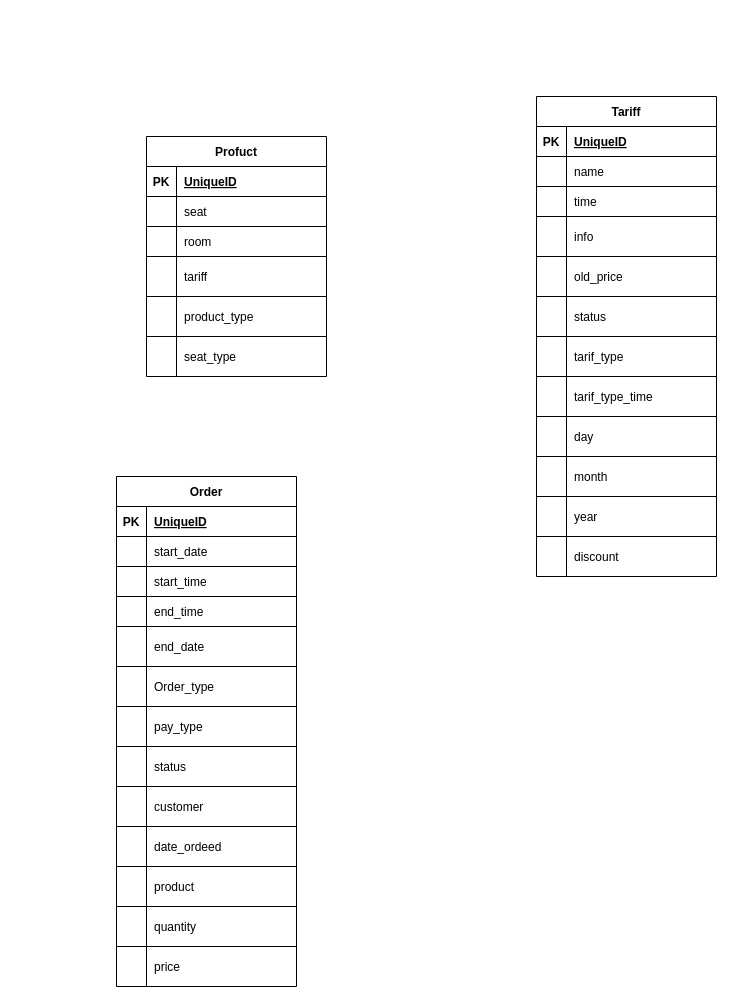
Above: page "Page-1" (1 of 2) of Untitled Diagram.drawio in Ramizddin/Games (draw.io), before the change. Source tidied: cells renumbered, new cells numbered last; positions are measured from the earlier drawing's top-left corner, leaving out a move shared by most shapes. Both pictures are drawn from the tidied source at 100%, with x=0, y=0 at pixel (116, 96).
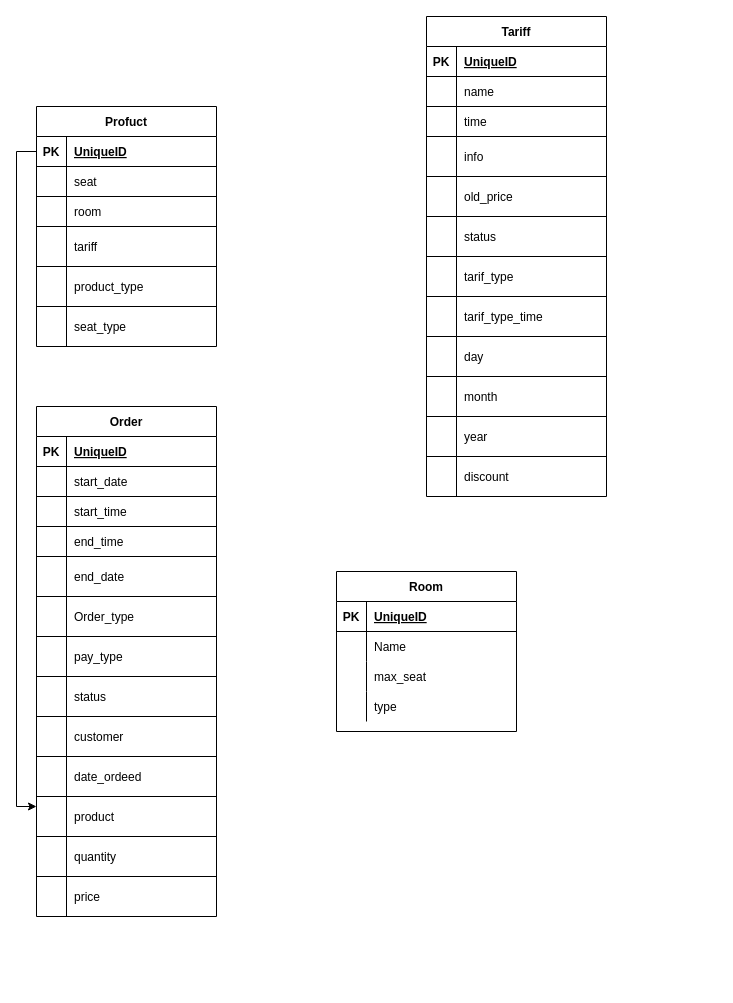
After the change.

The change refers to these unchanged cells:
```xml
<mxCell id="40" style="shape=partialRectangle;fillColor=none;top=0;left=0;bottom=1;right=0;points=[[0,0.5],[1,0.5]];portConstraint=eastwest;" parent="39" vertex="1">
  <mxGeometry y="30" width="180" height="30" as="geometry" />
</mxCell>
<mxCell id="89" style="shape=partialRectangle;fillColor=none;top=0;left=0;bottom=0;right=0;points=[[0,0.5],[1,0.5]];portConstraint=eastwest;" parent="58" vertex="1">
  <mxGeometry y="390" width="180" height="40" as="geometry" />
</mxCell>
```

Change to the diagram source:
```diff
@@
     <mxCell id="2" value="Tariff" style="shape=table;startSize=30;childLayout=tableLayout;rowLines=1;fontStyle=1;align=center;arcSize=15;swimlaneHead=1;resizeLastRow=1;" parent="1" vertex="1">
-      <mxGeometry x="420" width="180" height="480" as="geometry" />
+      <mxGeometry x="310" y="-80" width="180" height="480" as="geometry" />
     </mxCell>
@@
     <mxCell id="39" value="Profuct" style="shape=table;startSize=30;childLayout=tableLayout;rowLines=1;fontStyle=1;align=center;resizeLastRow=1;" parent="1" vertex="1">
-      <mxGeometry x="30" y="40" width="180" height="240" as="geometry" />
+      <mxGeometry x="-80" y="10" width="180" height="240" as="geometry" />
     </mxCell>
@@
     <mxCell id="58" value="Order" style="shape=table;startSize=30;childLayout=tableLayout;rowLines=1;fontStyle=1;align=center;resizeLastRow=1;" parent="1" vertex="1">
-      <mxGeometry y="380" width="180" height="510" as="geometry" />
+      <mxGeometry x="-80" y="310" width="180" height="510" as="geometry" />
     </mxCell>
@@
+    <mxCell id="98" value="Room" style="shape=table;startSize=30;childLayout=tableLayout;rowLines=0;fontStyle=1;align=center;" parent="1" vertex="1">
+      <mxGeometry x="220" y="475" width="180" height="160" as="geometry" />
+    </mxCell>
+    <mxCell id="99" style="shape=partialRectangle;fillColor=none;top=0;left=0;bottom=1;right=0;" parent="98" vertex="1">
+      <mxGeometry y="30" width="180" height="30" as="geometry" />
+    </mxCell>
+    <mxCell id="100" value="PK" style="shape=partialRectangle;fillColor=none;top=0;left=0;bottom=0;right=0;fontStyle=1;overflow=hidden;" parent="99" vertex="1">
+      <mxGeometry width="30" height="30" as="geometry" />
+    </mxCell>
+    <mxCell id="101" value="UniqueID" style="shape=partialRectangle;fillColor=none;top=0;left=0;bottom=0;right=0;align=left;spacingLeft=6;fontStyle=5;overflow=hidden;" parent="99" vertex="1">
+      <mxGeometry x="30" width="150" height="30" as="geometry" />
+    </mxCell>
+    <mxCell id="102" style="shape=partialRectangle;fillColor=none;top=0;left=0;bottom=0;right=0;" parent="98" vertex="1">
+      <mxGeometry y="60" width="180" height="30" as="geometry" />
+    </mxCell>
+    <mxCell id="103" style="shape=partialRectangle;fillColor=none;top=0;left=0;bottom=0;right=0;overflow=hidden;" parent="102" vertex="1">
+      <mxGeometry width="30" height="30" as="geometry" />
+    </mxCell>
+    <mxCell id="104" value="Name" style="shape=partialRectangle;fillColor=none;top=0;left=0;bottom=0;right=0;align=left;spacingLeft=6;overflow=hidden;" parent="102" vertex="1">
+      <mxGeometry x="30" width="150" height="30" as="geometry" />
+    </mxCell>
+    <mxCell id="105" style="shape=partialRectangle;fillColor=none;top=0;left=0;bottom=0;right=0;" parent="98" vertex="1">
+      <mxGeometry y="90" width="180" height="30" as="geometry" />
+    </mxCell>
+    <mxCell id="106" style="shape=partialRectangle;fillColor=none;top=0;left=0;bottom=0;right=0;overflow=hidden;" parent="105" vertex="1">
+      <mxGeometry width="30" height="30" as="geometry" />
+    </mxCell>
+    <mxCell id="107" value="max_seat" style="shape=partialRectangle;fillColor=none;top=0;left=0;bottom=0;right=0;align=left;spacingLeft=6;overflow=hidden;" parent="105" vertex="1">
+      <mxGeometry x="30" width="150" height="30" as="geometry" />
+    </mxCell>
+    <mxCell id="108" style="shape=partialRectangle;fillColor=none;top=0;left=0;bottom=0;right=0;" parent="98" vertex="1">
+      <mxGeometry y="120" width="180" height="30" as="geometry" />
+    </mxCell>
+    <mxCell id="109" style="shape=partialRectangle;fillColor=none;top=0;left=0;bottom=0;right=0;overflow=hidden;" parent="108" vertex="1">
+      <mxGeometry width="30" height="30" as="geometry" />
+    </mxCell>
+    <mxCell id="110" value="type" style="shape=partialRectangle;fillColor=none;top=0;left=0;bottom=0;right=0;align=left;spacingLeft=6;overflow=hidden;" parent="108" vertex="1">
+      <mxGeometry x="30" width="150" height="30" as="geometry" />
+    </mxCell>
+    <mxCell id="111" style="edgeStyle=orthogonalEdgeStyle;rounded=0;jettySize=auto;html=1;" parent="1" edge="1" source="40" target="89">
+      <mxGeometry relative="1" as="geometry">
+        <Array as="points">
+          <mxPoint x="-100" y="55" />
+          <mxPoint x="-100" y="710" />
+        </Array>
+      </mxGeometry>
+    </mxCell>
```
